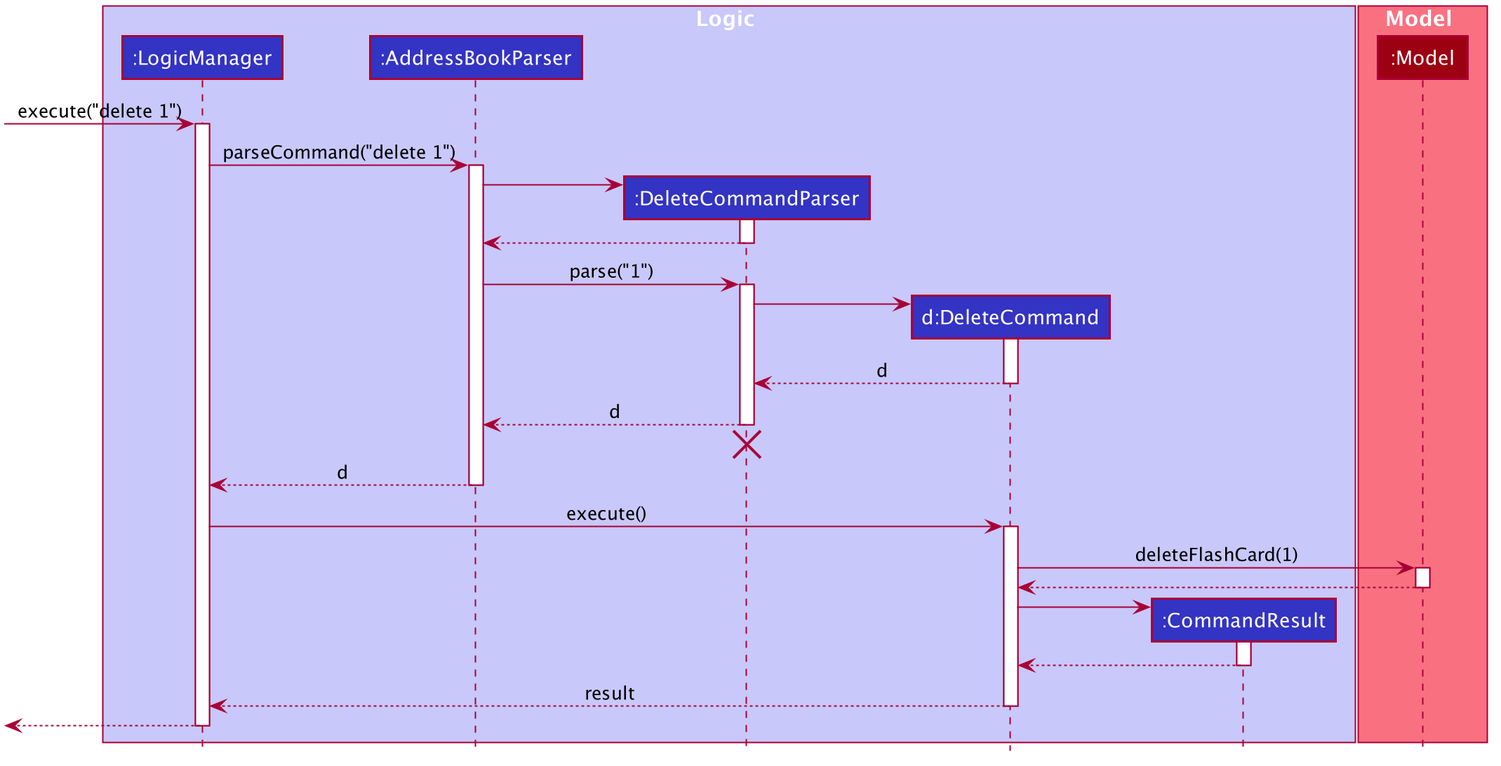
This is docs/images/DeleteSequenceDiagram.png from nus-cs2103-AY1920S1/addressbook-level3, a PlantUML export, as it was before one commit.
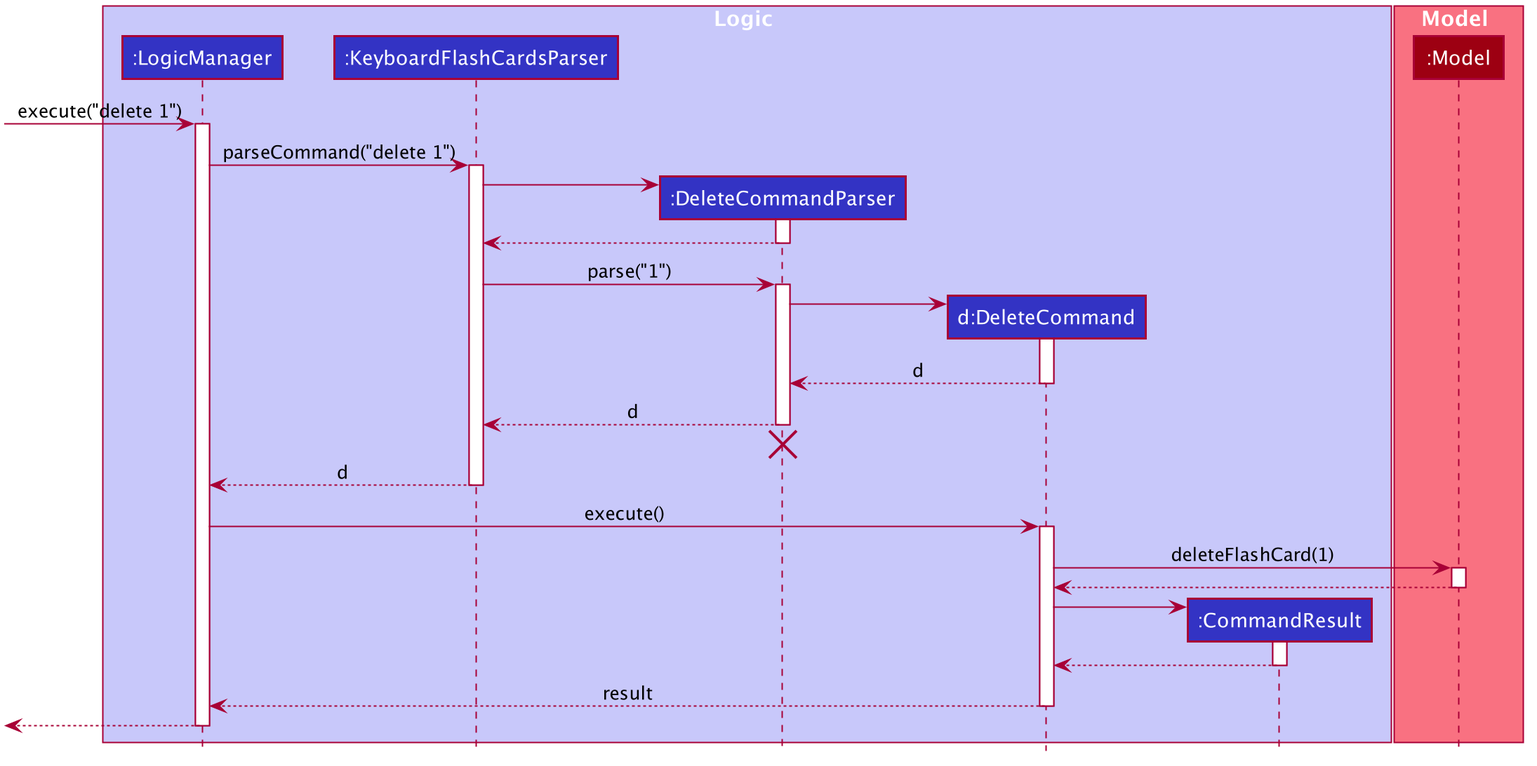
Later version of the same file.

Diff of the diagram source:
```diff
@@ -1,4 +1,6 @@
 @startuml
+
+
 
 
 
@@ -50,7 +52,7 @@
 
 box Logic #C8C8FA
 participant ":LogicManager" as LogicManager #3333C4
-participant ":AddressBookParser" as AddressBookParser #3333C4
+participant ":KeyboardFlashCardsParser" as KeyboardFlashCardsParser #3333C4
 participant ":DeleteCommandParser" as DeleteCommandParser #3333C4
 participant "d:DeleteCommand" as DeleteCommand #3333C4
 participant ":CommandResult" as CommandResult #3333C4
@@ -63,17 +65,17 @@
 [-> LogicManager : execute("delete 1")
 activate LogicManager
 
-LogicManager -> AddressBookParser : parseCommand("delete 1")
-activate AddressBookParser
+LogicManager -> KeyboardFlashCardsParser : parseCommand("delete 1")
+activate KeyboardFlashCardsParser
 
 create DeleteCommandParser
-AddressBookParser -> DeleteCommandParser
+KeyboardFlashCardsParser -> DeleteCommandParser
 activate DeleteCommandParser
 
-DeleteCommandParser --> AddressBookParser
+DeleteCommandParser --> KeyboardFlashCardsParser
 deactivate DeleteCommandParser
 
-AddressBookParser -> DeleteCommandParser : parse("1")
+KeyboardFlashCardsParser -> DeleteCommandParser : parse("1")
 activate DeleteCommandParser
 
 create DeleteCommand
@@ -83,13 +85,13 @@
 DeleteCommand --> DeleteCommandParser : d
 deactivate DeleteCommand
 
-DeleteCommandParser --> AddressBookParser : d
+DeleteCommandParser --> KeyboardFlashCardsParser : d
 deactivate DeleteCommandParser
-DeleteCommandParser -[hidden]-> AddressBookParser
+DeleteCommandParser -[hidden]-> KeyboardFlashCardsParser
 destroy DeleteCommandParser
 
-AddressBookParser --> LogicManager : d
-deactivate AddressBookParser
+KeyboardFlashCardsParser --> LogicManager : d
+deactivate KeyboardFlashCardsParser
 
 LogicManager -> DeleteCommand : execute()
 activate DeleteCommand
```
